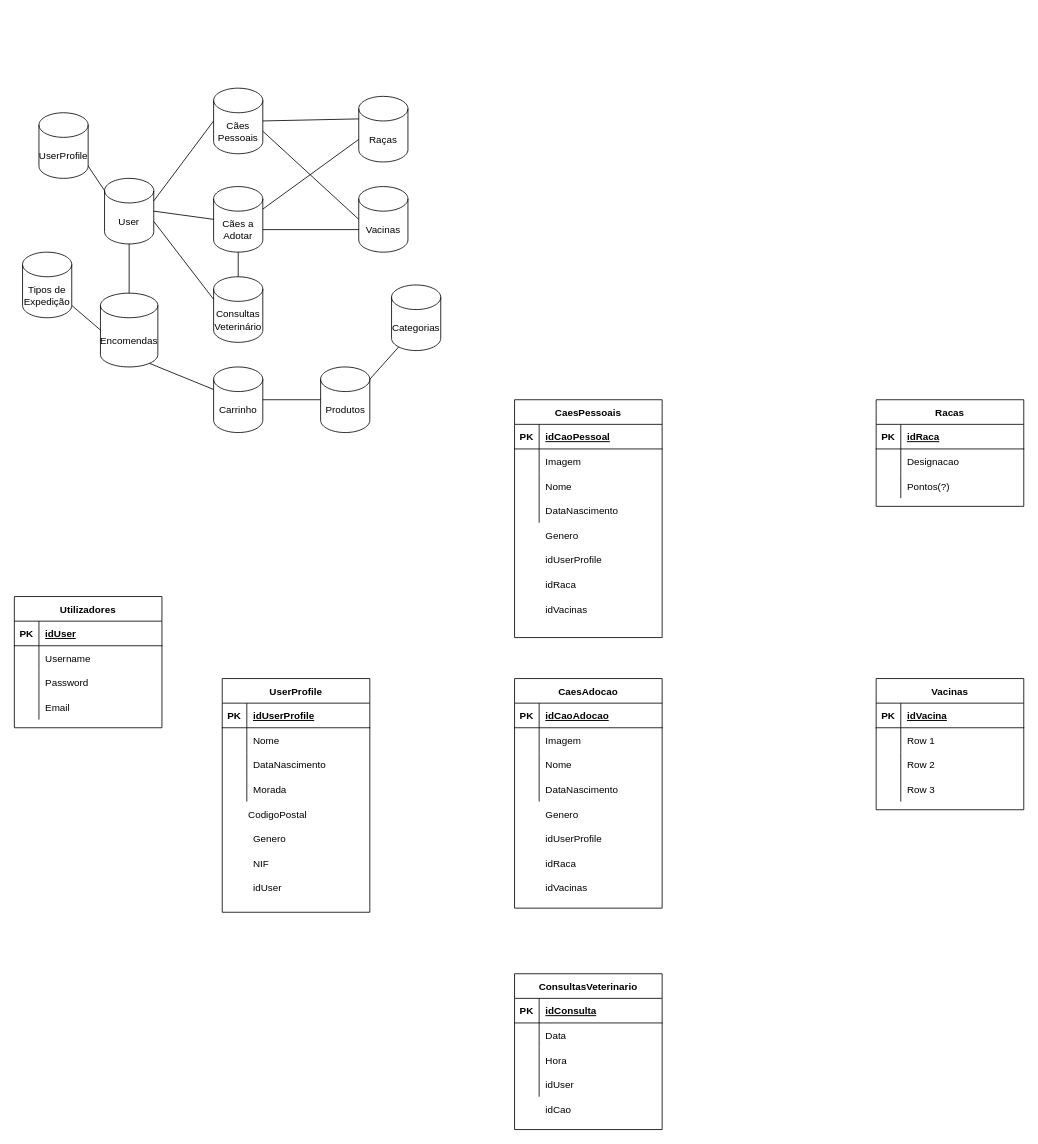
Earlier version of the draw.io diagram Diagramas/Diagrama Entidade Relacionamento.drawio (2201120/Projeto-SI). Source tidied: cells renumbered, new cells numbered last; positions are measured from the earlier drawing's top-left corner, leaving out a move shared by most shapes. Both pictures are drawn from the tidied source at 82%, with x=0, y=0 at pixel (14, 88).
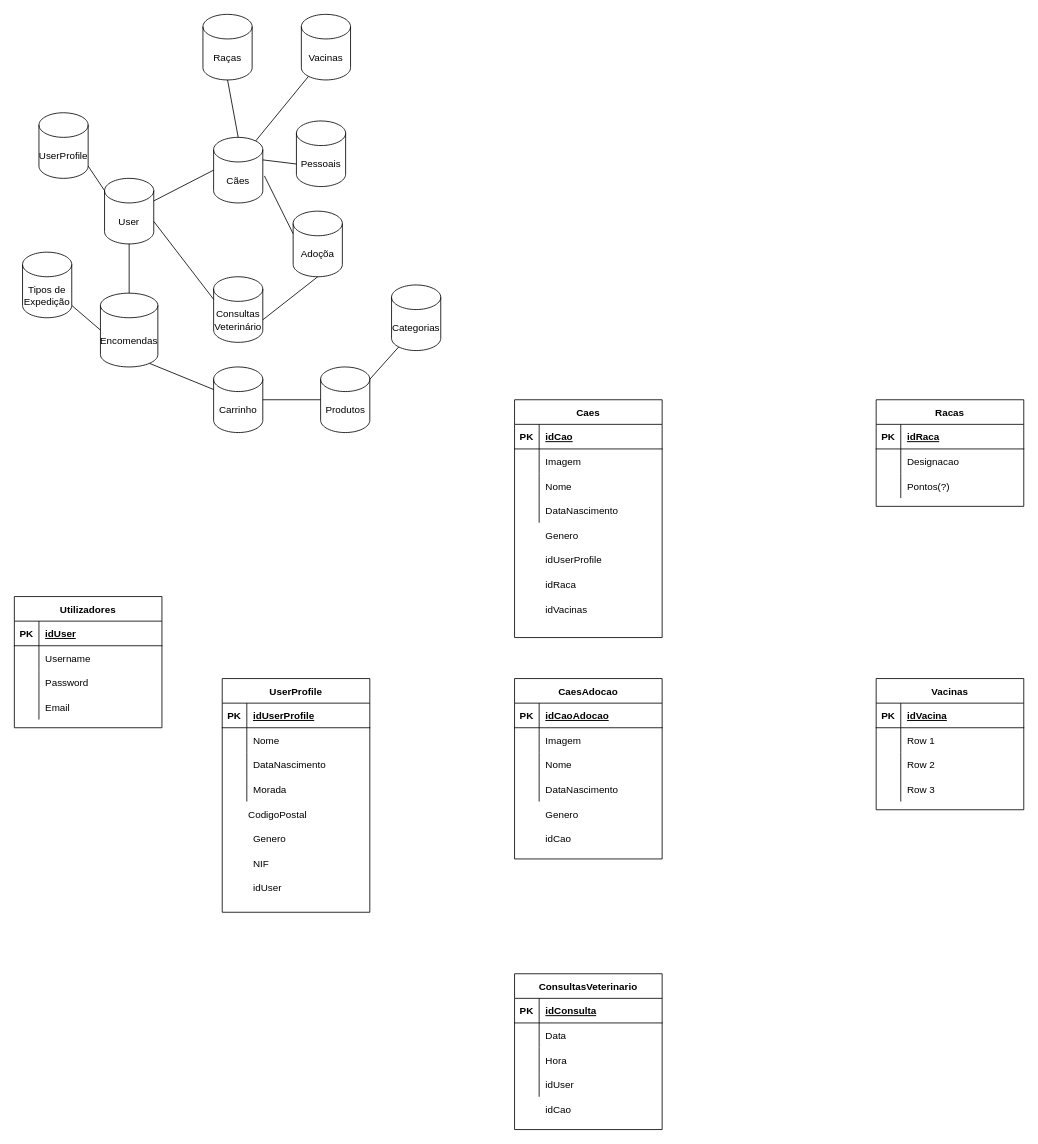
Above is the later version.

Unchanged cells that the change refers to:
```xml
<mxCell id="2" value="User" style="shape=cylinder3;whiteSpace=wrap;html=1;boundedLbl=1;backgroundOutline=1;size=15;" parent="1" vertex="1">
  <mxGeometry x="110" y="110" width="60" height="80" as="geometry" />
</mxCell>
<mxCell id="7" value="Consultas&lt;br&gt;Veterinário" style="shape=cylinder3;whiteSpace=wrap;html=1;boundedLbl=1;backgroundOutline=1;size=15;" parent="1" vertex="1">
  <mxGeometry x="243" y="230" width="60" height="80" as="geometry" />
</mxCell>
<mxCell id="64" style="shape=tableRow;horizontal=0;startSize=0;swimlaneHead=0;swimlaneBody=0;fillColor=none;top=0;left=0;right=0;bottom=1;strokeWidth=1;" parent="63" vertex="1">
  <mxGeometry y="30" width="180" height="30" as="geometry" />
</mxCell>
```

What changed in the source:
```diff
@@
-    <mxCell id="4" value="Cães a Adotar" style="shape=cylinder3;whiteSpace=wrap;html=1;boundedLbl=1;backgroundOutline=1;size=15;" parent="1" vertex="1">
-      <mxGeometry x="243" y="120" width="60" height="80" as="geometry" />
+    <mxCell id="4" value="Adoçõa" style="shape=cylinder3;whiteSpace=wrap;html=1;boundedLbl=1;backgroundOutline=1;size=15;" parent="1" vertex="1">
+      <mxGeometry x="340" y="150" width="60" height="80" as="geometry" />
     </mxCell>
-    <mxCell id="5" value="Cães&lt;br&gt;Pessoais" style="shape=cylinder3;whiteSpace=wrap;html=1;boundedLbl=1;backgroundOutline=1;size=15;" parent="1" vertex="1">
-      <mxGeometry x="243" width="60" height="80" as="geometry" />
+    <mxCell id="5" value="Pessoais" style="shape=cylinder3;whiteSpace=wrap;html=1;boundedLbl=1;backgroundOutline=1;size=15;" parent="1" vertex="1">
+      <mxGeometry x="344" y="40" width="60" height="80" as="geometry" />
     </mxCell>
     <mxCell id="6" value="Raças" style="shape=cylinder3;whiteSpace=wrap;html=1;boundedLbl=1;backgroundOutline=1;size=15;" parent="1" vertex="1">
-      <mxGeometry x="420" y="10" width="60" height="80" as="geometry" />
+      <mxGeometry x="230" y="-90" width="60" height="80" as="geometry" />
     </mxCell>
@@
-    <mxCell id="9" style="endArrow=none;html=1;rounded=0;exitX=1;exitY=0;exitDx=0;exitDy=27.5;exitPerimeter=0;entryX=0;entryY=0.5;entryDx=0;entryDy=0;entryPerimeter=0;" parent="1" edge="1" source="2" target="5">
-      <mxGeometry relative="1" as="geometry" />
-    </mxCell>
-    <mxCell id="10" style="endArrow=none;html=1;rounded=0;exitX=1;exitY=0.5;exitDx=0;exitDy=0;exitPerimeter=0;entryX=0;entryY=0.5;entryDx=0;entryDy=0;entryPerimeter=0;" parent="1" edge="1" source="2" target="4">
-      <mxGeometry relative="1" as="geometry" />
-    </mxCell>
@@
-    <mxCell id="12" style="endArrow=none;html=1;rounded=0;exitX=0.5;exitY=1;exitDx=0;exitDy=0;exitPerimeter=0;entryX=0.5;entryY=0;entryDx=0;entryDy=0;entryPerimeter=0;" parent="1" edge="1" source="4" target="7">
+    <mxCell id="12" style="endArrow=none;html=1;rounded=0;exitX=0.5;exitY=1;exitDx=0;exitDy=0;exitPerimeter=0;entryX=1;entryY=0;entryDx=0;entryDy=52.5;entryPerimeter=0;" parent="1" edge="1" source="4" target="7">
       <mxGeometry relative="1" as="geometry" />
     </mxCell>
-    <mxCell id="13" style="endArrow=none;html=1;rounded=0;exitX=1;exitY=0;exitDx=0;exitDy=27.5;exitPerimeter=0;entryX=0;entryY=0;entryDx=0;entryDy=52.5;entryPerimeter=0;" parent="1" edge="1" source="4" target="6">
-      <mxGeometry relative="1" as="geometry" />
-    </mxCell>
-    <mxCell id="14" style="endArrow=none;html=1;rounded=0;exitX=1;exitY=0.5;exitDx=0;exitDy=0;exitPerimeter=0;entryX=0;entryY=0;entryDx=0;entryDy=27.5;entryPerimeter=0;" parent="1" edge="1" source="5" target="6">
-      <mxGeometry relative="1" as="geometry" />
-    </mxCell>
@@
-    <mxCell id="63" value="CaesPessoais" style="shape=table;startSize=30;childLayout=tableLayout;rowLines=0;fontStyle=1;align=center;strokeWidth=1;" parent="1" vertex="1">
+    <mxCell id="63" value="Caes" style="shape=table;startSize=30;childLayout=tableLayout;rowLines=0;fontStyle=1;align=center;strokeWidth=1;" parent="1" vertex="1">
       <mxGeometry x="610" y="380" width="180" height="290" as="geometry" />
     </mxCell>
@@
-    <mxCell id="66" value="idCaoPessoal" style="shape=partialRectangle;fillColor=none;top=0;left=0;bottom=0;right=0;align=left;spacingLeft=6;fontStyle=5;overflow=hidden;strokeWidth=1;" parent="64" vertex="1">
+    <mxCell id="66" value="idCao" style="shape=partialRectangle;fillColor=none;top=0;left=0;bottom=0;right=0;align=left;spacingLeft=6;fontStyle=5;overflow=hidden;strokeWidth=1;" parent="64" vertex="1">
       <mxGeometry x="30" width="150" height="30" as="geometry" />
     </mxCell>
@@
     <mxCell id="85" value="Vacinas" style="shape=cylinder3;whiteSpace=wrap;html=1;boundedLbl=1;backgroundOutline=1;size=15;" parent="1" vertex="1">
-      <mxGeometry x="420" y="120" width="60" height="80" as="geometry" />
+      <mxGeometry x="350" y="-90" width="60" height="80" as="geometry" />
     </mxCell>
-    <mxCell id="86" style="endArrow=none;html=1;rounded=0;exitX=1;exitY=0;exitDx=0;exitDy=52.5;exitPerimeter=0;entryX=0;entryY=0.5;entryDx=0;entryDy=0;entryPerimeter=0;" parent="1" edge="1" source="5" target="85">
-      <mxGeometry relative="1" as="geometry" />
-    </mxCell>
-    <mxCell id="87" style="endArrow=none;html=1;rounded=0;exitX=1;exitY=0;exitDx=0;exitDy=52.5;exitPerimeter=0;entryX=0;entryY=0;entryDx=0;entryDy=52.5;entryPerimeter=0;" parent="1" edge="1" source="4" target="85">
-      <mxGeometry relative="1" as="geometry" />
-    </mxCell>
     <mxCell id="88" value="CaesAdocao" style="shape=table;startSize=30;childLayout=tableLayout;rowLines=0;fontStyle=1;align=center;strokeWidth=1;" parent="1" vertex="1">
-      <mxGeometry x="610" y="720" width="180" height="280" as="geometry" />
+      <mxGeometry x="610" y="720" width="180" height="220" as="geometry" />
     </mxCell>
@@
-    <mxCell id="101" value="idUserProfile" style="shape=partialRectangle;fillColor=none;top=0;left=0;bottom=0;right=0;align=left;spacingLeft=6;overflow=hidden;strokeWidth=1;" parent="1" vertex="1">
+    <mxCell id="101" value="idCao" style="shape=partialRectangle;fillColor=none;top=0;left=0;bottom=0;right=0;align=left;spacingLeft=6;overflow=hidden;strokeWidth=1;" parent="1" vertex="1">
       <mxGeometry x="640" y="900" width="150" height="30" as="geometry" />
     </mxCell>
-    <mxCell id="102" value="idRaca" style="shape=partialRectangle;fillColor=none;top=0;left=0;bottom=0;right=0;align=left;spacingLeft=6;overflow=hidden;strokeWidth=1;" parent="1" vertex="1">
-      <mxGeometry x="640" y="930" width="150" height="30" as="geometry" />
-    </mxCell>
-    <mxCell id="103" value="idVacinas" style="shape=partialRectangle;fillColor=none;top=0;left=0;bottom=0;right=0;align=left;spacingLeft=6;overflow=hidden;strokeWidth=1;" parent="1" vertex="1">
-      <mxGeometry x="640" y="960" width="150" height="30" as="geometry" />
-    </mxCell>
@@
+    <mxCell id="145" value="Cães" style="shape=cylinder3;whiteSpace=wrap;html=1;boundedLbl=1;backgroundOutline=1;size=15;" parent="1" vertex="1">
+      <mxGeometry x="243" y="60" width="60" height="80" as="geometry" />
+    </mxCell>
+    <mxCell id="146" style="endArrow=none;html=1;rounded=0;exitX=1;exitY=0;exitDx=0;exitDy=27.5;exitPerimeter=0;entryX=0;entryY=0.5;entryDx=0;entryDy=0;entryPerimeter=0;" parent="1" edge="1" source="2" target="145">
+      <mxGeometry relative="1" as="geometry" />
+    </mxCell>
+    <mxCell id="147" style="endArrow=none;html=1;rounded=0;exitX=1;exitY=0;exitDx=0;exitDy=27.5;exitPerimeter=0;entryX=0;entryY=0;entryDx=0;entryDy=52.5;entryPerimeter=0;" parent="1" edge="1" source="145" target="5">
+      <mxGeometry relative="1" as="geometry" />
+    </mxCell>
+    <mxCell id="148" style="endArrow=none;html=1;rounded=0;exitX=1.033;exitY=0.588;exitDx=0;exitDy=0;exitPerimeter=0;entryX=0;entryY=0;entryDx=0;entryDy=27.5;entryPerimeter=0;" parent="1" edge="1" source="145" target="4">
+      <mxGeometry relative="1" as="geometry" />
+    </mxCell>
+    <mxCell id="149" style="endArrow=none;html=1;rounded=0;exitX=0.5;exitY=0;exitDx=0;exitDy=0;exitPerimeter=0;entryX=0.5;entryY=1;entryDx=0;entryDy=0;entryPerimeter=0;" parent="1" edge="1" source="145" target="6">
+      <mxGeometry relative="1" as="geometry" />
+    </mxCell>
+    <mxCell id="150" style="endArrow=none;html=1;rounded=0;exitX=0.855;exitY=0;exitDx=0;exitDy=4.35;exitPerimeter=0;entryX=0.145;entryY=1;entryDx=0;entryDy=-4.35;entryPerimeter=0;" parent="1" edge="1" source="145" target="85">
+      <mxGeometry relative="1" as="geometry" />
+    </mxCell>
```
